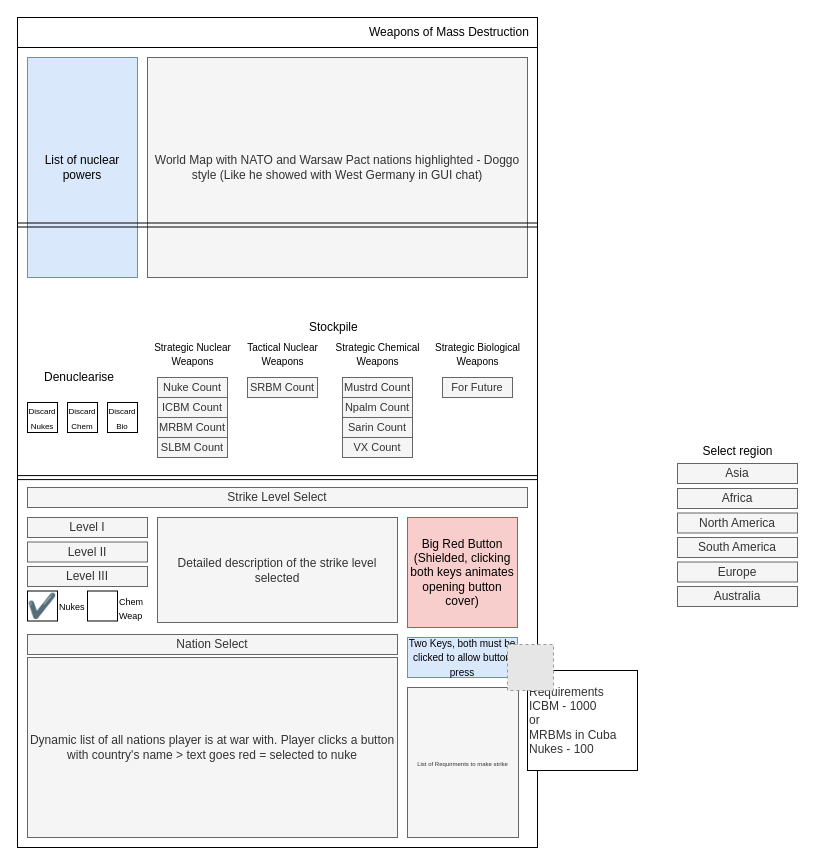
This is Polarace Plans/NuclearPage.drawio from swf541/ColdWarIronCurtain, a draw.io file, before an edit. Source tidied: cells renumbered, new cells numbered last; positions are measured from the earlier drawing's top-left corner, leaving out a move shared by most shapes. Both pictures are drawn from the tidied source at 100%, with x=0, y=0 at pixel (17, 17). Pictures stored in the file or linked from it are replaced by grey dashed boxes.
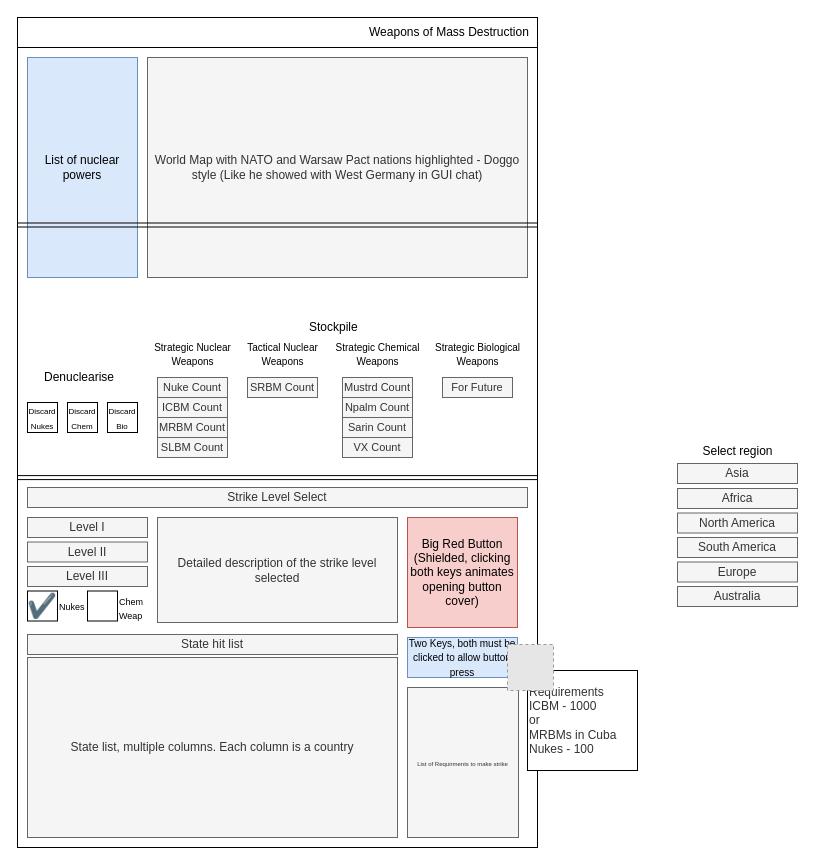
The same diagram, later.

Change to the diagram source:
```diff
@@
-    <mxCell id="50" value="Nation Select" style="rounded=0;whiteSpace=wrap;html=1;fillColor=#f5f5f5;strokeColor=#666666;fontColor=#333333;" parent="1" vertex="1">
+    <mxCell id="50" value="State hit list" style="rounded=0;whiteSpace=wrap;html=1;fillColor=#f5f5f5;strokeColor=#666666;fontColor=#333333;" parent="1" vertex="1">
       <mxGeometry x="10" y="617" width="370" height="20" as="geometry" />
     </mxCell>
-    <mxCell id="51" value="Dynamic list of all nations player is at war with. Player clicks a button with country's name &amp;gt; text goes red = selected to nuke" style="rounded=0;whiteSpace=wrap;html=1;fillColor=#f5f5f5;strokeColor=#666666;fontColor=#333333;" parent="1" vertex="1">
+    <mxCell id="51" value="State list, multiple columns. Each column is a country" style="rounded=0;whiteSpace=wrap;html=1;fillColor=#f5f5f5;strokeColor=#666666;fontColor=#333333;" parent="1" vertex="1">
       <mxGeometry x="10" y="640" width="370" height="180" as="geometry" />
     </mxCell>
```
